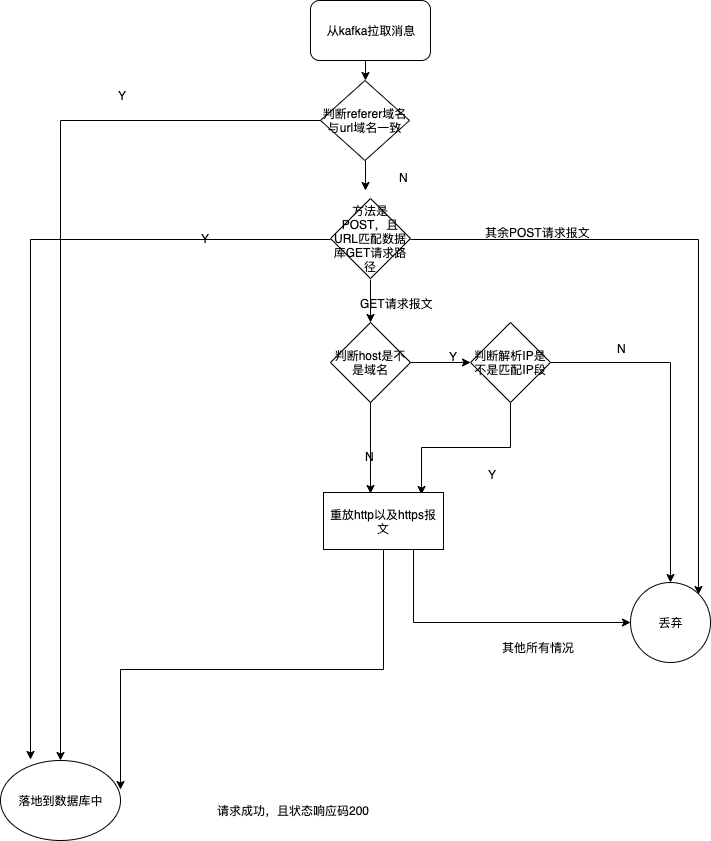
Earlier version of the draw.io export logic.png (madneal/requests). Source tidied: cells renumbered, new cells last; positions are measured from the earlier drawing's top-left corner, leaving out a move shared by most shapes.
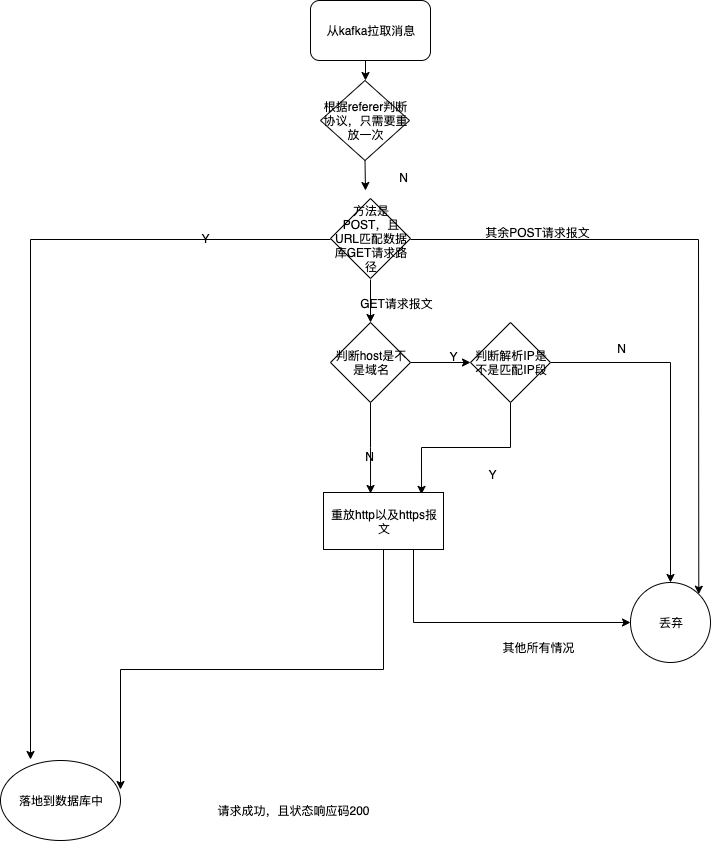
Later version of the same file.

The edit, as a diff of the source:
```diff
@@ -89,20 +89,14 @@
     <mxCell id="27" value="其他所有情况" style="text;html=1;align=center;verticalAlign=middle;" parent="1" vertex="1">
       <mxGeometry x="493" y="637" width="90" height="20" as="geometry" />
     </mxCell>
-    <mxCell id="28" style="edgeStyle=orthogonalEdgeStyle;rounded=0;jettySize=auto;html=1;entryX=0.5;entryY=0;entryDx=0;entryDy=0;" parent="1" edge="1" source="30" target="18">
-      <mxGeometry relative="1" as="geometry" />
-    </mxCell>
     <mxCell id="29" style="edgeStyle=orthogonalEdgeStyle;rounded=0;jettySize=auto;html=1;exitX=0.5;exitY=1;exitDx=0;exitDy=0;" parent="1" edge="1" source="30">
       <mxGeometry relative="1" as="geometry">
         <mxPoint x="365" y="190" as="targetPoint" />
       </mxGeometry>
     </mxCell>
-    <mxCell id="30" value="判断referer域名与url域名一致" style="rhombus;whiteSpace=wrap;html=1;" parent="1" vertex="1">
+    <mxCell id="30" value="根据referer判断协议，只需要重放一次" style="rhombus;whiteSpace=wrap;html=1;" parent="1" vertex="1">
       <mxGeometry x="320" y="80" width="89" height="80" as="geometry" />
     </mxCell>
-    <mxCell id="31" value="Y" style="text;html=1;align=center;verticalAlign=middle;" parent="1" vertex="1">
-      <mxGeometry x="112" y="85" width="20" height="20" as="geometry" />
-    </mxCell>
     <mxCell id="32" value="N" style="text;html=1;align=center;verticalAlign=middle;" parent="1" vertex="1">
       <mxGeometry x="393" y="167" width="20" height="20" as="geometry" />
     </mxCell>
```
